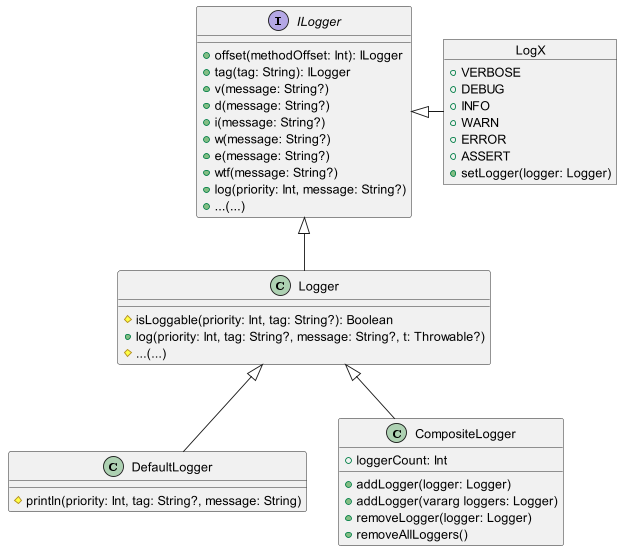
The PlantUML diagram art/logx_uml.png in jenly1314/LogX, before a commit.
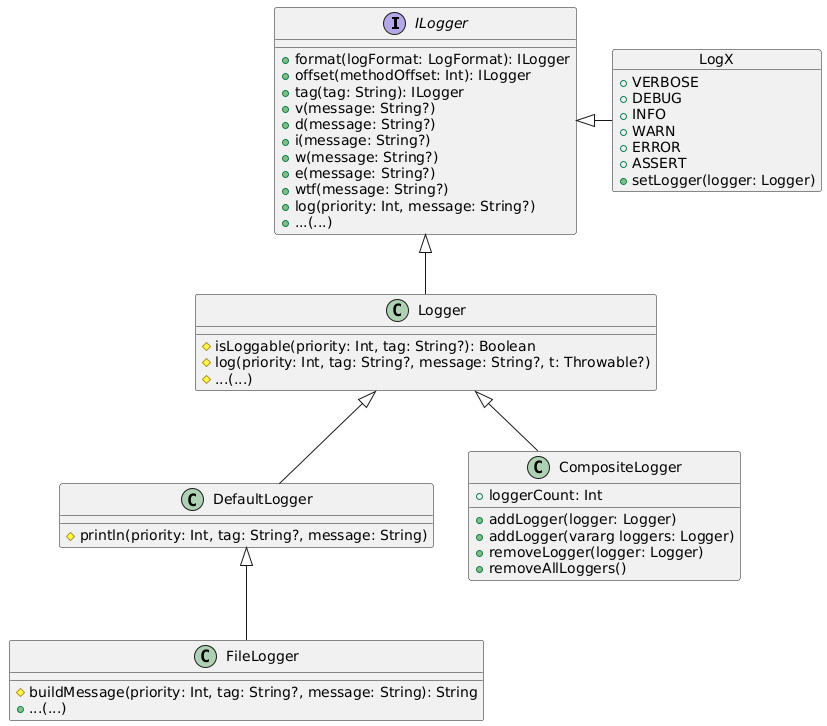
Above is the later version.

Diff of the diagram source:
```diff
@@ -1,6 +1,6 @@
 @startuml
-
 interface ILogger {
+    +format(logFormat: LogFormat): ILogger
     +offset(methodOffset: Int): ILogger
     +tag(tag: String): ILogger
     +v(message: String?)
@@ -15,12 +15,17 @@
 
 class Logger {
     #isLoggable(priority: Int, tag: String?): Boolean
-    +log(priority: Int, tag: String?, message: String?, t: Throwable?)
+    #log(priority: Int, tag: String?, message: String?, t: Throwable?)
     #...(...)
 }
 
 class DefaultLogger {
     #println(priority: Int, tag: String?, message: String)
+}
+
+class FileLogger {
+    #buildMessage(priority: Int, tag: String?, message: String): String
+    +...(...)
 }
 
 class CompositeLogger {
@@ -48,6 +53,7 @@
 
 Logger <|-- DefaultLogger
 
+DefaultLogger <|-- FileLogger
+
 ILogger <|- LogX
-
 @enduml
```
